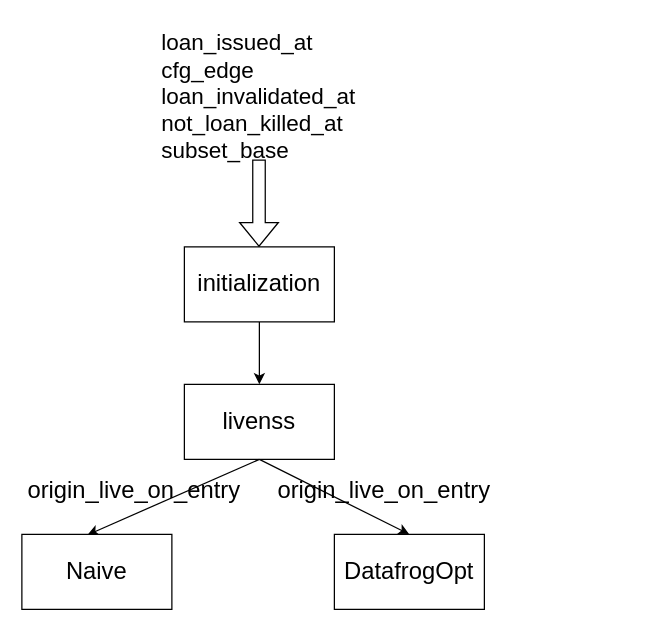
Above: polonius/presentation/liveness.drawio in lengyijun/rust-notes (draw.io), before the change. Source tidied: cells renumbered, new cells numbered last; positions are measured from the earlier drawing's top-left corner, leaving out a move shared by most shapes. Both pictures are drawn from the tidied source at 125%, with x=0, y=0 at pixel (21, 21).
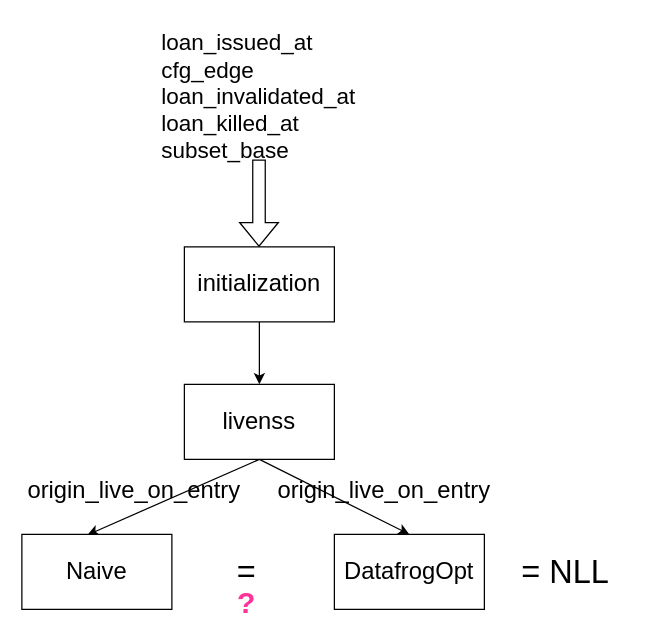
The same page after the edit.

What changed in the source:
```diff
@@
 <mxGraphModel>
   <root>
     <mxCell id="0" />
     <mxCell id="1" parent="0" />
     <mxCell id="2" style="edgeStyle=none;rounded=0;jettySize=auto;html=1;exitX=0.5;exitY=1;exitDx=0;exitDy=0;entryX=0.5;entryY=0;entryDx=0;entryDy=0;fontSize=19;" parent="1" edge="1" source="3" target="6">
       <mxGeometry relative="1" as="geometry" />
     </mxCell>
     <mxCell id="3" style="rounded=0;whiteSpace=wrap;html=1;" parent="1" vertex="1">
       <mxGeometry x="130" y="180" width="120" height="60" as="geometry" />
     </mxCell>
     <mxCell id="4" value="initialization" style="text;html=1;strokeColor=none;fillColor=none;align=center;verticalAlign=middle;whiteSpace=wrap;rounded=0;fontSize=19;" parent="1" vertex="1">
       <mxGeometry x="145" y="192.5" width="90" height="35" as="geometry" />
     </mxCell>
     <mxCell id="5" style="edgeStyle=none;rounded=0;jettySize=auto;html=1;exitX=0.5;exitY=1;exitDx=0;exitDy=0;entryX=0.5;entryY=0;entryDx=0;entryDy=0;fontSize=19;" parent="1" edge="1" source="6" target="10">
       <mxGeometry relative="1" as="geometry" />
     </mxCell>
     <mxCell id="6" style="rounded=0;whiteSpace=wrap;html=1;fontSize=19;" parent="1" vertex="1">
       <mxGeometry x="130" y="290" width="120" height="60" as="geometry" />
     </mxCell>
     <mxCell id="7" style="edgeStyle=none;rounded=0;jettySize=auto;html=1;entryX=0.437;entryY=0.007;entryDx=0;entryDy=0;entryPerimeter=0;fontSize=19;exitX=0.5;exitY=1;exitDx=0;exitDy=0;" parent="1" edge="1" source="6" target="9">
       <mxGeometry relative="1" as="geometry" />
     </mxCell>
     <mxCell id="8" value="livenss" style="text;html=1;strokeColor=none;fillColor=none;align=center;verticalAlign=middle;whiteSpace=wrap;rounded=0;fontSize=19;" parent="1" vertex="1">
       <mxGeometry x="160" y="305" width="60" height="30" as="geometry" />
     </mxCell>
     <mxCell id="9" value="Naive" style="rounded=0;whiteSpace=wrap;html=1;fontSize=19;" parent="1" vertex="1">
       <mxGeometry y="410" width="120" height="60" as="geometry" />
     </mxCell>
     <mxCell id="10" value="DatafrogOpt" style="rounded=0;whiteSpace=wrap;html=1;fontSize=19;" parent="1" vertex="1">
       <mxGeometry x="250" y="410" width="120" height="60" as="geometry" />
     </mxCell>
     <mxCell id="11" value="origin_live_on_entry" style="text;html=1;strokeColor=none;fillColor=none;align=center;verticalAlign=middle;whiteSpace=wrap;rounded=0;fontSize=19;" parent="1" vertex="1">
       <mxGeometry x="60" y="360" width="60" height="30" as="geometry" />
     </mxCell>
     <mxCell id="12" value="origin_live_on_entry" style="text;html=1;strokeColor=none;fillColor=none;align=center;verticalAlign=middle;whiteSpace=wrap;rounded=0;fontSize=19;" parent="1" vertex="1">
       <mxGeometry x="260" y="360" width="60" height="30" as="geometry" />
     </mxCell>
-    <mxCell id="13" value="loan_issued_at&lt;br&gt;cfg_edge&lt;br&gt;loan_invalidated_at&amp;nbsp;&lt;br&gt;not_loan_killed_at&lt;br&gt;subset_base" style="text;whiteSpace=wrap;html=1;fontSize=18;" parent="1" vertex="1">
+    <mxCell id="13" value="loan_issued_at&lt;br&gt;cfg_edge&lt;br&gt;loan_invalidated_at&amp;nbsp;&lt;br&gt;loan_killed_at&lt;br&gt;subset_base" style="text;whiteSpace=wrap;html=1;fontSize=18;" parent="1" vertex="1">
       <mxGeometry x="110" width="230" height="120" as="geometry" />
     </mxCell>
     <mxCell id="14" style="shape=flexArrow;endArrow=classic;html=1;rounded=0;fontSize=18;edgeStyle=orthogonalEdgeStyle;" parent="1" edge="1">
       <mxGeometry relative="1" as="geometry">
         <mxPoint x="189.7" y="110" as="sourcePoint" />
         <mxPoint x="189.7" y="180" as="targetPoint" />
       </mxGeometry>
     </mxCell>
+    <mxCell id="15" value="=" style="text;html=1;strokeColor=none;fillColor=none;align=center;verticalAlign=middle;whiteSpace=wrap;rounded=0;fontSize=26;" parent="1" vertex="1">
+      <mxGeometry x="150" y="425" width="60" height="30" as="geometry" />
+    </mxCell>
+    <mxCell id="16" value="= NLL" style="text;html=1;strokeColor=none;fillColor=none;align=center;verticalAlign=middle;whiteSpace=wrap;rounded=0;fontSize=26;" parent="1" vertex="1">
+      <mxGeometry x="380" y="425" width="110" height="30" as="geometry" />
+    </mxCell>
+    <mxCell id="17" value="?" style="text;html=1;strokeColor=none;fillColor=none;align=center;verticalAlign=middle;whiteSpace=wrap;rounded=0;fontSize=24;fontStyle=1;fontColor=#FF3399;" parent="1" vertex="1">
+      <mxGeometry x="150" y="450" width="60" height="30" as="geometry" />
+    </mxCell>
   </root>
 </mxGraphModel>
```
